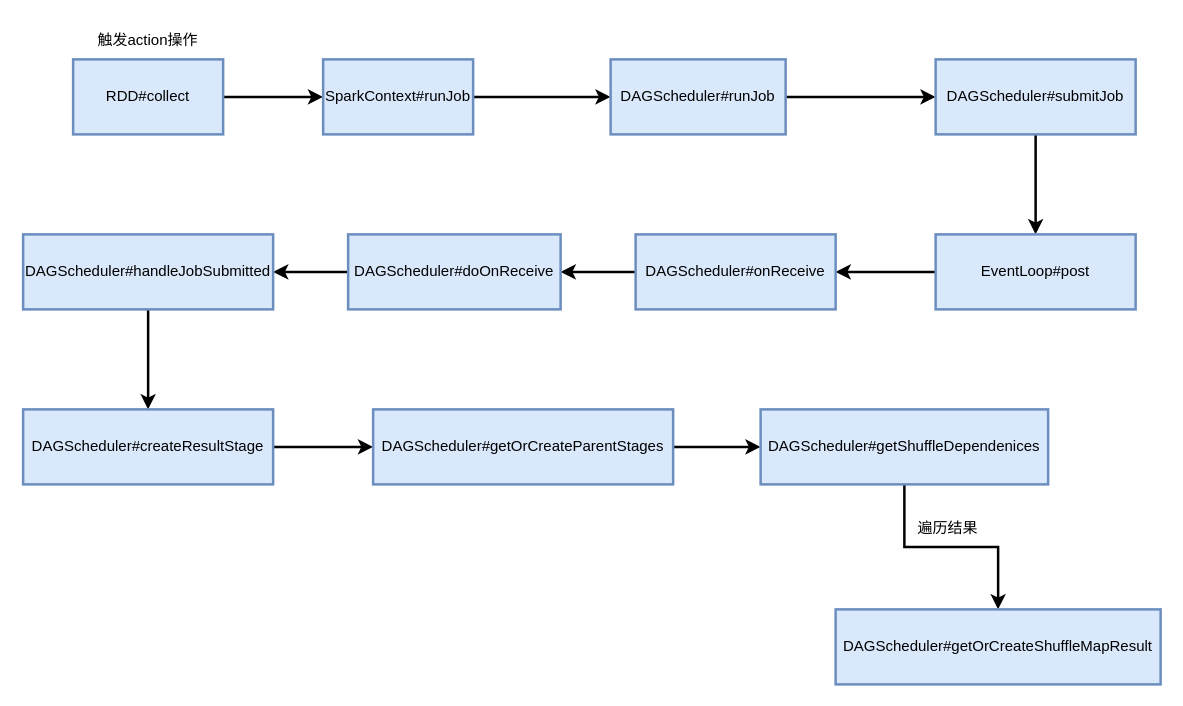
wroldchinalee/drawio keeps this draw.io diagram as spark源码分析DAG划分.drawio. Above is the earlier version. Source tidied: cells renumbered, new cells numbered last; positions are measured from the earlier drawing's top-left corner, leaving out a move shared by most shapes. Both pictures are drawn from the tidied source at 125%, with x=0, y=0 at pixel (22, 21).
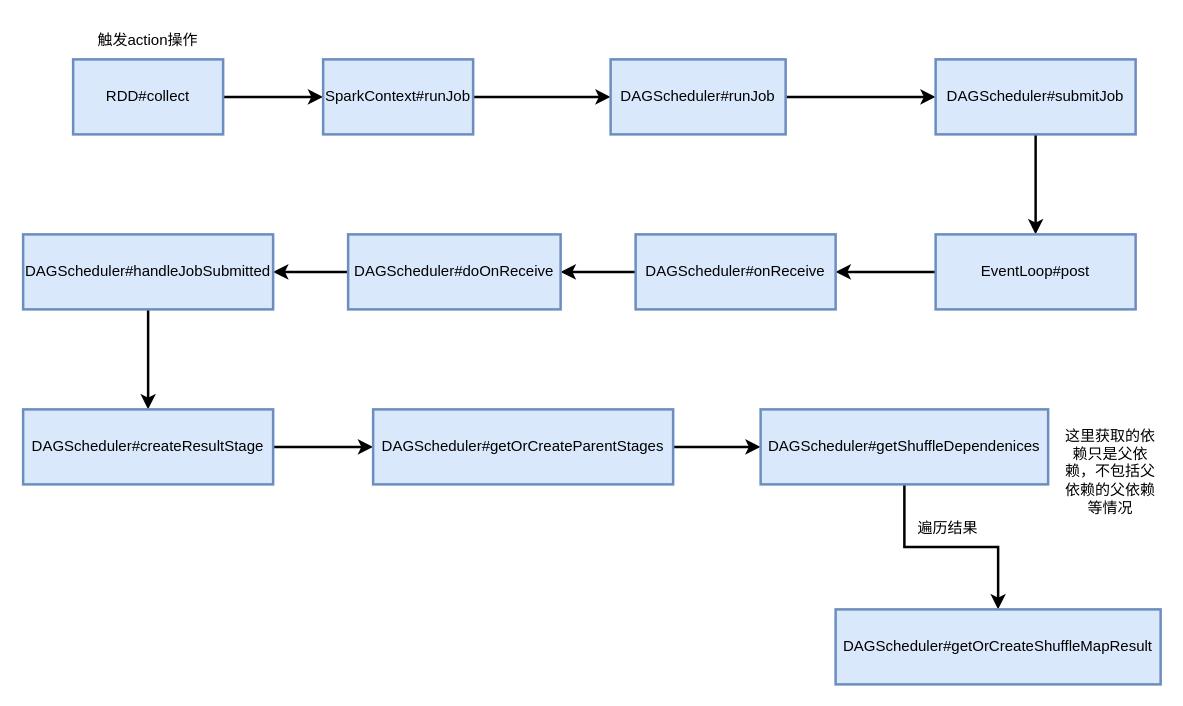
The same page after the edit.

Commit message (it also covers changes not shown here):
更新spark源码分析DAG划分.drawio

Diff of the diagram source:
```diff
@@
+    <mxCell id="27" value="这里获取的依赖只是父依赖，不包括父依赖的父依赖等情况" style="text;html=1;strokeColor=none;fillColor=none;align=center;verticalAlign=middle;whiteSpace=wrap;rounded=0;strokeWidth=2;" parent="1" vertex="1">
+      <mxGeometry x="830" y="340" width="80" height="40" as="geometry" />
+    </mxCell>
```
